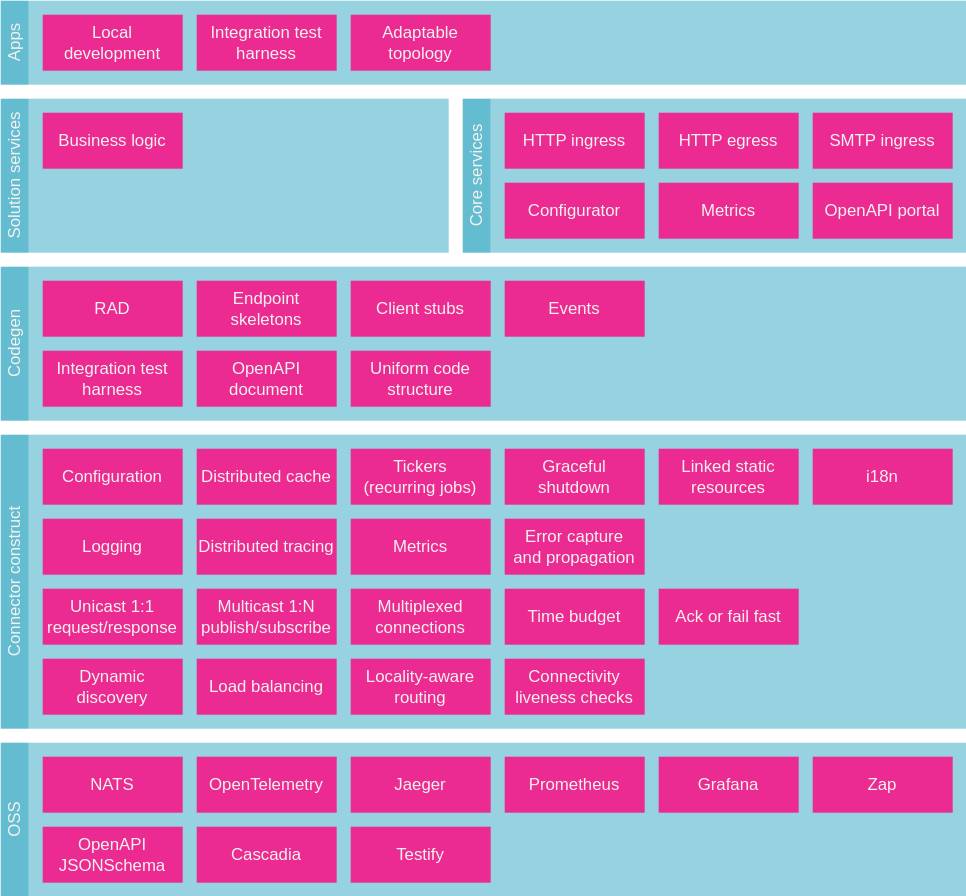
Earlier version of the draw.io export docs/blocks/layers-1.drawio.svg (microbus-io/fabric). Source tidied: cells renumbered, new cells last; positions are measured from the earlier drawing's top-left corner, leaving out a move shared by most shapes.
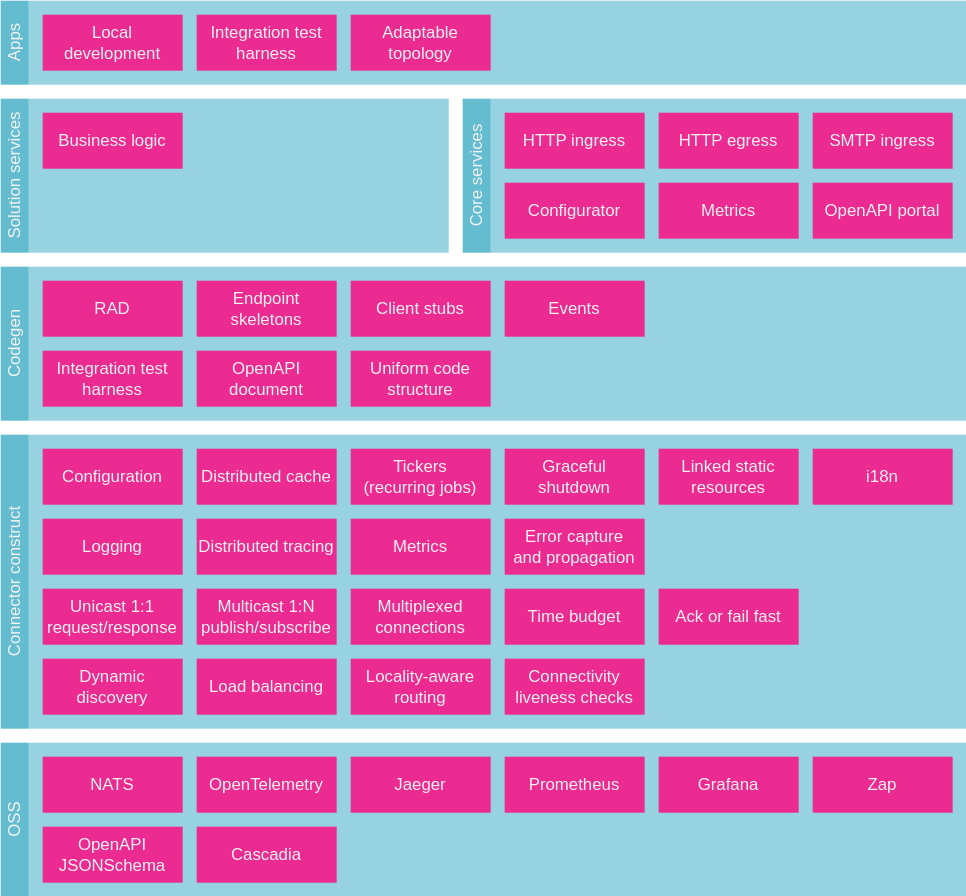
Later version of the same file.

What changed in the source:
```diff
@@ -122,9 +122,6 @@
     <mxCell id="41" value="Events" style="rounded=0;whiteSpace=wrap;html=1;fillColor=#eb2b91;strokeColor=none;fontColor=#F4F2EF;align=center;verticalAlign=middle;fontFamily=Helvetica;fontSize=12;" parent="1" vertex="1">
       <mxGeometry x="360" y="200" width="100" height="40" as="geometry" />
     </mxCell>
-    <mxCell id="42" value="Testify" style="rounded=0;whiteSpace=wrap;html=1;fillColor=#eb2b91;strokeColor=none;fontColor=#F4F2EF;align=center;verticalAlign=middle;fontFamily=Helvetica;fontSize=12;" parent="1" vertex="1">
-      <mxGeometry x="250" y="590" width="100" height="40" as="geometry" />
-    </mxCell>
     <mxCell id="43" value="OpenAPI&lt;br&gt;JSONSchema" style="rounded=0;whiteSpace=wrap;html=1;fillColor=#eb2b91;strokeColor=none;fontColor=#F4F2EF;align=center;verticalAlign=middle;fontFamily=Helvetica;fontSize=12;" parent="1" vertex="1">
       <mxGeometry x="30" y="590" width="100" height="40" as="geometry" />
     </mxCell>
```
